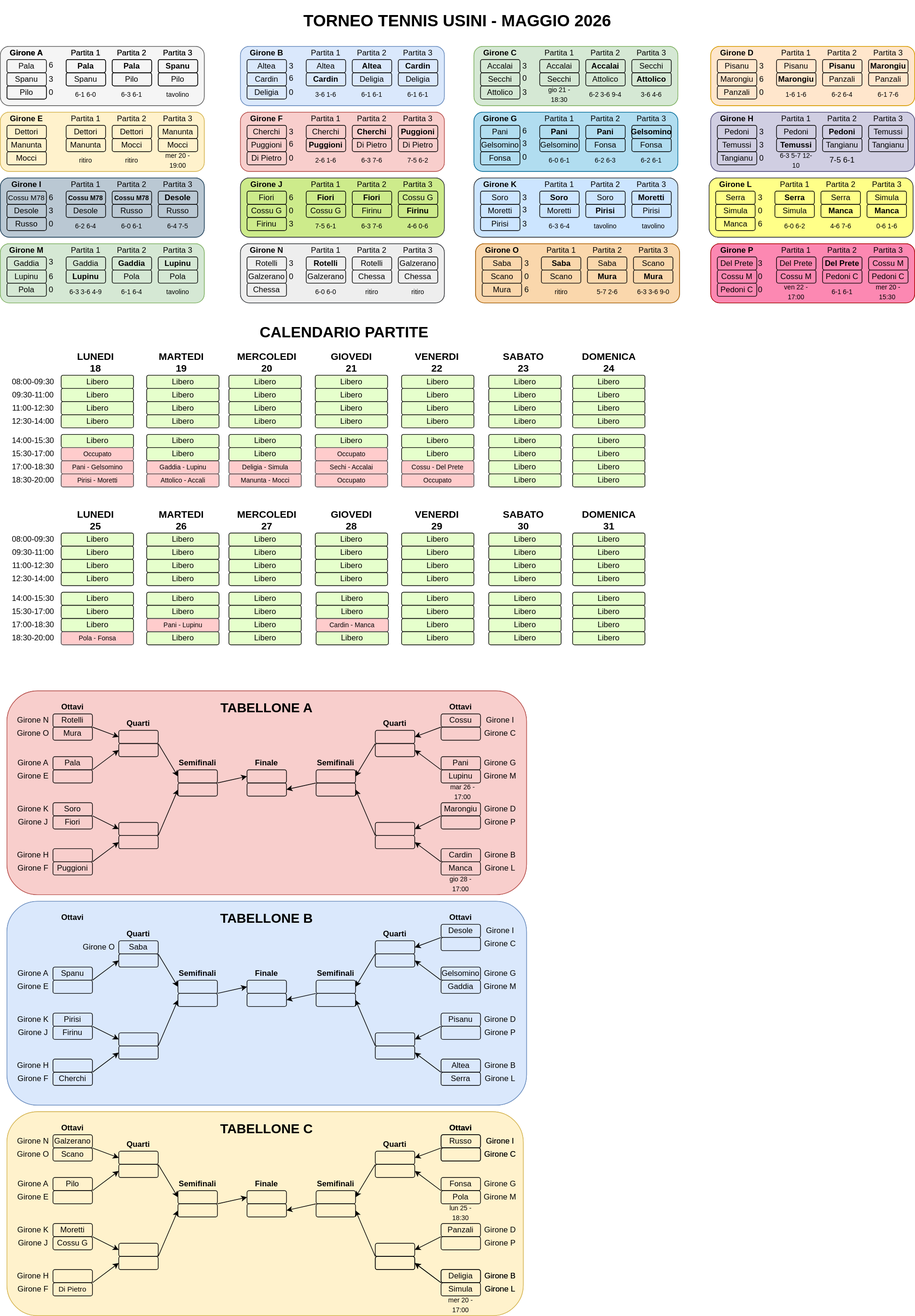
Before: torneo-tennis-2026/tabellone.drawio.svg, a diagram exported from draw.io (cscalaresu/tornei). Source tidied: cells renumbered, new cells last; positions are measured from the earlier drawing's top-left corner, leaving out a move shared by most shapes.
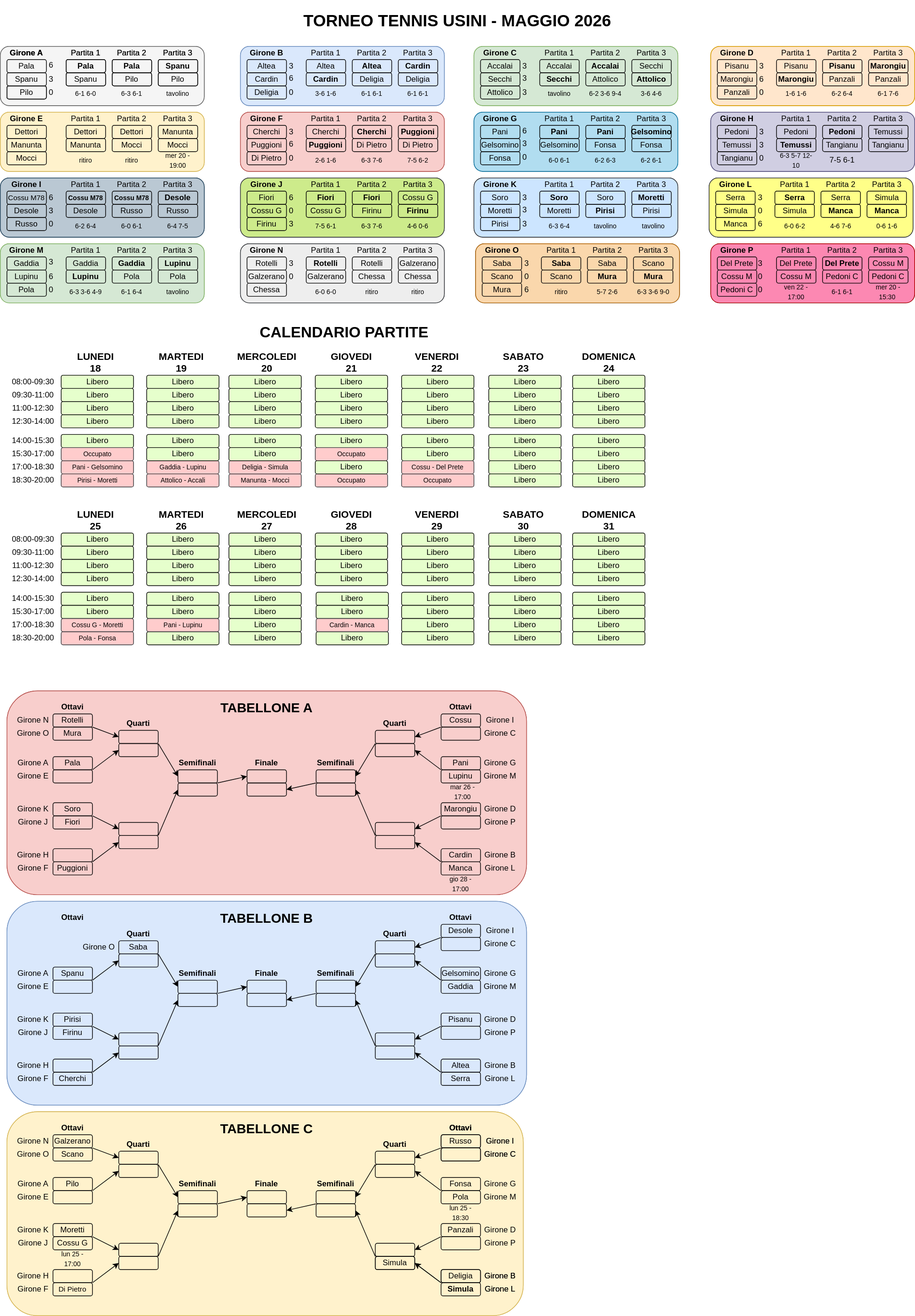
The same diagram one commit later.

The edit, as a diff of the source:
```diff
@@ -626,7 +626,7 @@
     <mxCell id="209" value="Pola" style="rounded=1;whiteSpace=wrap;html=1;fillColor=none;fontStyle=0;" parent="1" vertex="1">
       <mxGeometry x="170" y="410" width="60" height="20" as="geometry" />
     </mxCell>
-    <mxCell id="210" value="Secchi" style="rounded=1;whiteSpace=wrap;html=1;fillColor=none;" parent="1" vertex="1">
+    <mxCell id="210" value="Secchi" style="rounded=1;whiteSpace=wrap;html=1;fillColor=none;fontStyle=1;" parent="1" vertex="1">
       <mxGeometry x="820" y="110" width="60" height="20" as="geometry" />
     </mxCell>
     <mxCell id="211" value="Secchi" style="rounded=1;whiteSpace=wrap;html=1;fillColor=none;" parent="1" vertex="1">
@@ -1997,7 +1997,7 @@
     <mxCell id="662" style="rounded=1;whiteSpace=wrap;html=1;fillColor=none;" parent="1" vertex="1">
       <mxGeometry x="670" y="1930" width="60" height="20" as="geometry" />
     </mxCell>
-    <mxCell id="663" value="Simula" style="rounded=1;whiteSpace=wrap;html=1;fillColor=none;" parent="1" vertex="1">
+    <mxCell id="663" value="Simula" style="rounded=1;whiteSpace=wrap;html=1;fillColor=none;fontStyle=1;" parent="1" vertex="1">
       <mxGeometry x="670" y="1950" width="60" height="20" as="geometry" />
     </mxCell>
     <mxCell id="664" style="endArrow=classic;html=1;rounded=0;exitX=0;exitY=0;exitDx=0;exitDy=0;entryX=1;entryY=0.5;entryDx=0;entryDy=0;" parent="1" edge="1" source="663" target="661">
@@ -2009,7 +2009,7 @@
     <mxCell id="666" value="Girone L" style="text;html=1;align=center;verticalAlign=middle;whiteSpace=wrap;rounded=0;" parent="1" vertex="1">
       <mxGeometry x="730" y="1945" width="60" height="30" as="geometry" />
     </mxCell>
-    <mxCell id="667" value="&lt;div&gt;&lt;br&gt;&lt;/div&gt;" style="rounded=1;whiteSpace=wrap;html=1;fillColor=none;" parent="1" vertex="1">
+    <mxCell id="667" value="&lt;div&gt;Simula&lt;/div&gt;" style="rounded=1;whiteSpace=wrap;html=1;fillColor=none;" parent="1" vertex="1">
       <mxGeometry x="570" y="1910" width="60" height="20" as="geometry" />
     </mxCell>
     <mxCell id="668" value="Deligia" style="rounded=1;whiteSpace=wrap;html=1;fillColor=none;" parent="1" vertex="1">
@@ -2183,7 +2183,7 @@
     <mxCell id="723" value="&lt;font size=&quot;1&quot;&gt;1-6 1-6&lt;/font&gt;" style="text;html=1;whiteSpace=wrap;strokeColor=none;fillColor=none;align=center;verticalAlign=middle;rounded=0;" parent="1" vertex="1">
       <mxGeometry x="1180" y="130" width="60" height="25" as="geometry" />
     </mxCell>
-    <mxCell id="724" value="&lt;font style=&quot;font-size: 10px;&quot;&gt;gio 21 - 18:30&lt;/font&gt;" style="text;html=1;whiteSpace=wrap;strokeColor=none;fillColor=none;align=center;verticalAlign=middle;rounded=0;" parent="1" vertex="1">
+    <mxCell id="724" value="&lt;font style=&quot;font-size: 10px;&quot;&gt;tavolino&lt;/font&gt;" style="text;html=1;whiteSpace=wrap;strokeColor=none;fillColor=none;align=center;verticalAlign=middle;rounded=0;" parent="1" vertex="1">
       <mxGeometry x="820" y="130" width="60" height="25" as="geometry" />
     </mxCell>
     <mxCell id="725" value="6" style="text;html=1;whiteSpace=wrap;strokeColor=none;fillColor=none;align=center;verticalAlign=middle;rounded=0;" parent="1" vertex="1">
@@ -2252,7 +2252,7 @@
     <mxCell id="746" value="3" style="text;html=1;whiteSpace=wrap;strokeColor=none;fillColor=none;align=center;verticalAlign=middle;rounded=0;" parent="1" vertex="1">
       <mxGeometry x="435" y="187.5" width="15" height="25" as="geometry" />
     </mxCell>
-    <mxCell id="747" value="0" style="text;html=1;whiteSpace=wrap;strokeColor=none;fillColor=none;align=center;verticalAlign=middle;rounded=0;" parent="1" vertex="1">
+    <mxCell id="747" value="3" style="text;html=1;whiteSpace=wrap;strokeColor=none;fillColor=none;align=center;verticalAlign=middle;rounded=0;" parent="1" vertex="1">
       <mxGeometry x="790" y="107.5" width="15" height="22.5" as="geometry" />
     </mxCell>
     <mxCell id="748" value="3" style="text;html=1;whiteSpace=wrap;strokeColor=none;fillColor=none;align=center;verticalAlign=middle;rounded=0;" parent="1" vertex="1">
@@ -2456,9 +2456,6 @@
     <mxCell id="814" value="&lt;font style=&quot;font-size: 10px;&quot;&gt;Attolico - Accali&lt;/font&gt;" style="rounded=1;whiteSpace=wrap;html=1;fillColor=#ffcccc;strokeColor=#36393d;" parent="1" vertex="1">
       <mxGeometry x="222.5" y="720" width="110" height="20" as="geometry" />
     </mxCell>
-    <mxCell id="815" value="&lt;font style=&quot;font-size: 10px;&quot;&gt;Sechi - Accalai&lt;/font&gt;" style="rounded=1;whiteSpace=wrap;html=1;fillColor=#ffcccc;strokeColor=#36393d;" parent="1" vertex="1">
-      <mxGeometry x="478.8" y="700" width="110" height="20" as="geometry" />
-    </mxCell>
     <mxCell id="816" value="&lt;font style=&quot;font-size: 10px;&quot;&gt;6-2 3-6 9-4&lt;/font&gt;" style="text;html=1;whiteSpace=wrap;strokeColor=none;fillColor=none;align=center;verticalAlign=middle;rounded=0;" parent="1" vertex="1">
       <mxGeometry x="890" y="130" width="60" height="25" as="geometry" />
     </mxCell>
@@ -2684,9 +2681,6 @@
     <mxCell id="890" value="Libero" style="rounded=1;whiteSpace=wrap;html=1;fontStyle=0;fillColor=#E6FFCC;" parent="1" vertex="1">
       <mxGeometry x="92.5" y="920" width="110" height="20" as="geometry" />
     </mxCell>
-    <mxCell id="891" value="Libero" style="rounded=1;whiteSpace=wrap;html=1;fontStyle=0;fillColor=#E6FFCC;" parent="1" vertex="1">
-      <mxGeometry x="92.5" y="940" width="110" height="20" as="geometry" />
-    </mxCell>
     <mxCell id="892" value="6" style="text;html=1;whiteSpace=wrap;strokeColor=none;fillColor=none;align=center;verticalAlign=middle;rounded=0;" parent="1" vertex="1">
       <mxGeometry x="70" y="407.5" width="15" height="25" as="geometry" />
     </mxCell>
@@ -2702,9 +2696,6 @@
     <mxCell id="896" value="&lt;font style=&quot;font-size: 10px;&quot;&gt;tavolino&lt;/font&gt;" style="text;html=1;whiteSpace=wrap;strokeColor=none;fillColor=none;align=center;verticalAlign=middle;rounded=0;" parent="1" vertex="1">
       <mxGeometry x="962.5" y="330" width="60" height="25" as="geometry" />
     </mxCell>
-    <mxCell id="897" value="&lt;font style=&quot;font-size: 10px;&quot;&gt;mer 20 - 17:00&lt;/font&gt;" style="text;html=1;whiteSpace=wrap;strokeColor=none;fillColor=none;align=center;verticalAlign=middle;rounded=0;" parent="1" vertex="1">
-      <mxGeometry x="670" y="1970" width="60" height="25" as="geometry" />
-    </mxCell>
     <mxCell id="898" value="&lt;font style=&quot;font-size: 10px;&quot;&gt;Deligia - Simula&lt;/font&gt;" style="rounded=1;whiteSpace=wrap;html=1;fillColor=#ffcccc;strokeColor=#36393d;" parent="1" vertex="1">
       <mxGeometry x="347.5" y="700" width="110" height="20" as="geometry" />
     </mxCell>
@@ -2729,5 +2720,14 @@
     <mxCell id="905" value="&lt;font style=&quot;font-size: 10px;&quot;&gt;gio 28 - 17:00&lt;/font&gt;" style="text;html=1;whiteSpace=wrap;strokeColor=none;fillColor=none;align=center;verticalAlign=middle;rounded=0;" parent="1" vertex="1">
       <mxGeometry x="670" y="1330" width="60" height="25" as="geometry" />
     </mxCell>
+    <mxCell id="891" value="Libero" style="rounded=1;whiteSpace=wrap;html=1;fillColor=#E6FFCC;" parent="1" vertex="1">
+      <mxGeometry x="478.8" y="700" width="110" height="20" as="geometry" />
+    </mxCell>
+    <mxCell id="906" value="&lt;font style=&quot;font-size: 10px;&quot;&gt;Cossu G - Moretti&lt;/font&gt;" style="rounded=1;whiteSpace=wrap;html=1;fillColor=#ffcccc;strokeColor=#36393d;" parent="1" vertex="1">
+      <mxGeometry x="92.5" y="940" width="110" height="20" as="geometry" />
+    </mxCell>
+    <mxCell id="907" value="&lt;font style=&quot;font-size: 10px;&quot;&gt;lun 25 - 17:00&lt;/font&gt;" style="text;html=1;whiteSpace=wrap;strokeColor=none;fillColor=none;align=center;verticalAlign=middle;rounded=0;" parent="1" vertex="1">
+      <mxGeometry x="80" y="1900" width="60" height="25" as="geometry" />
+    </mxCell>
   </root>
 </mxGraphModel>
```
